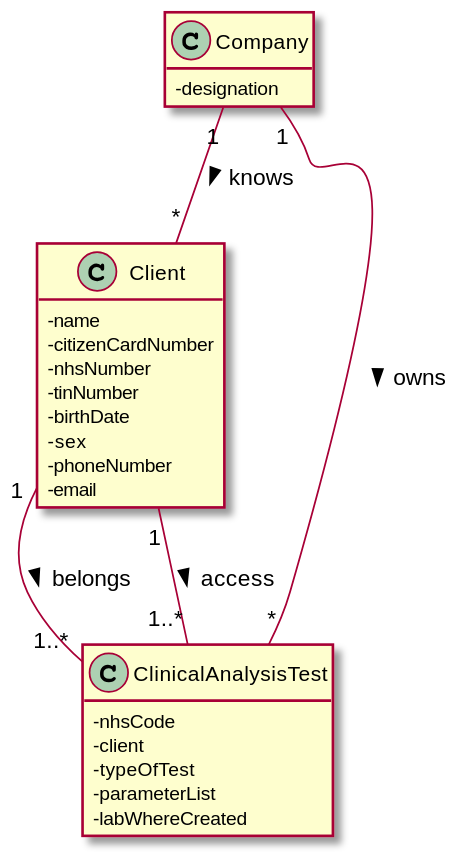
Earlier version of the PlantUML export docs/SprintD/US1/UC1_MD.svg (GuilhermeCunha79/lapr2). Source of this version:
```plantuml
@startuml
hide methods
skinparam classAttributeIconSize 0

class Company{
-designation
}

class Client {
-name
-citizenCardNumber
-nhsNumber
-tinNumber
-birthDate
-sex
-phoneNumber
-email
}

class ClinicalAnalysisTest {
- nhsCode
- client
- typeOfTest
- parameterList
- labWhereCreated
}



Company"1" -- "*"Client :> knows

Company "1" -- "*" ClinicalAnalysisTest :> owns
Client "1" -- "1..*" ClinicalAnalysisTest :> belongs
Client "1" -- "1..*" ClinicalAnalysisTest :> access

@enduml
```
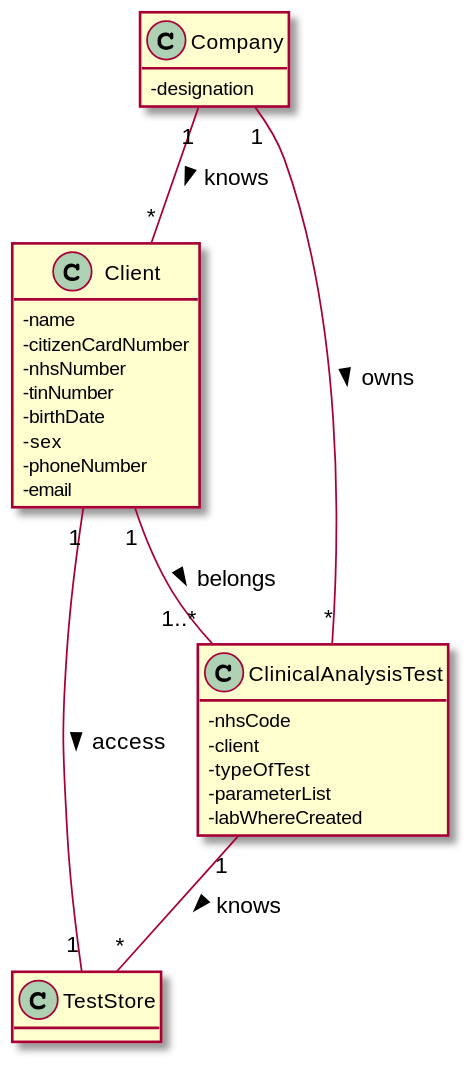
The same diagram one commit later.

What changed in the source:
```diff
@@ -31,6 +31,7 @@
 
 Company "1" -- "*" ClinicalAnalysisTest :> owns
 Client "1" -- "1..*" ClinicalAnalysisTest :> belongs
-Client "1" -- "1..*" ClinicalAnalysisTest :> access
+Client "1" -- "1" TestStore :> access
+ClinicalAnalysisTest "1" -- "*" TestStore :> knows
 
 @enduml
```
